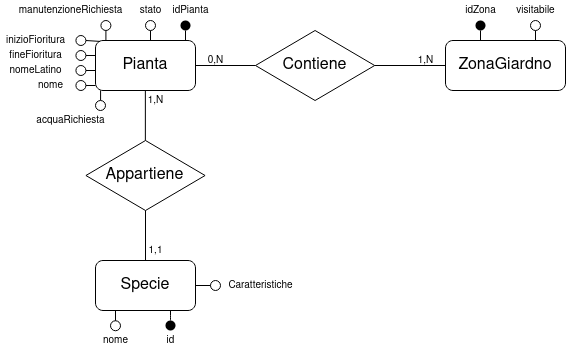
This is documentazione/elaborato_schema_er.png from Daniel203/elaborato-esame-maturit-, a draw.io export, as it was before one commit. Source tidied: cells renumbered, new cells last; positions are measured from the earlier drawing's top-left corner, leaving out a move shared by most shapes.
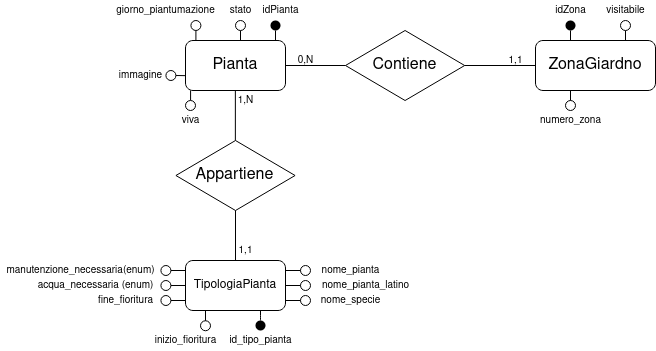
Above is the later version.

Change to the diagram source:
```diff
@@ -13,8 +13,8 @@
     <mxCell id="3" style="ellipse;whiteSpace=wrap;html=1;fillColor=#000000;strokeColor=none;direction=south;" parent="1" vertex="1">
       <mxGeometry x="165" y="320" width="10" height="10" as="geometry" />
     </mxCell>
-    <mxCell id="4" value="&lt;font style=&quot;font-size: 10px&quot;&gt;id&lt;/font&gt;" style="text;html=1;align=center;verticalAlign=middle;direction=south;" parent="1" vertex="1">
-      <mxGeometry x="160" y="330" width="20" height="20" as="geometry" />
+    <mxCell id="4" value="&lt;font style=&quot;font-size: 10px&quot;&gt;id&lt;/font&gt;&lt;font style=&quot;font-size: 10px&quot;&gt;_tipo_pianta&lt;/font&gt;" style="text;html=1;align=center;verticalAlign=middle;direction=south;" parent="1" vertex="1">
+      <mxGeometry x="130" y="330" width="80" height="20" as="geometry" />
     </mxCell>
     <mxCell id="5" value="&lt;font style=&quot;font-size: 16px&quot;&gt;Pianta&lt;/font&gt;" style="rounded=1;whiteSpace=wrap;html=1;" parent="1" vertex="1">
       <mxGeometry x="95" y="40" width="100" height="50" as="geometry" />
@@ -33,7 +33,7 @@
     <mxCell id="9" value="&lt;font style=&quot;font-size: 16px&quot;&gt;Zona&lt;/font&gt;&lt;font style=&quot;font-size: 16px&quot;&gt;Giardno&lt;/font&gt;" style="rounded=1;whiteSpace=wrap;html=1;fillColor=#ffffff;" parent="1" vertex="1">
       <mxGeometry x="445" y="40" width="120" height="50" as="geometry" />
     </mxCell>
-    <mxCell id="10" value="&lt;font style=&quot;font-size: 16px&quot;&gt;Specie&lt;/font&gt;" style="rounded=1;whiteSpace=wrap;html=1;fillColor=#ffffff;" parent="1" vertex="1">
+    <mxCell id="10" value="TipologiaPianta" style="rounded=1;whiteSpace=wrap;html=1;fillColor=#ffffff;" parent="1" vertex="1">
       <mxGeometry x="95" y="260" width="100" height="50" as="geometry" />
     </mxCell>
     <mxCell id="11" value="&lt;font style=&quot;font-size: 16px&quot;&gt;Contiene&lt;/font&gt;" style="rhombus;whiteSpace=wrap;html=1;fillColor=#ffffff;direction=south;" parent="1" vertex="1">
@@ -57,7 +57,7 @@
     <mxCell id="16" value="&lt;font style=&quot;font-size: 10px&quot;&gt;idZona&lt;/font&gt;" style="text;html=1;align=center;verticalAlign=middle;" parent="1" vertex="1">
       <mxGeometry x="455" width="50" height="20" as="geometry" />
     </mxCell>
-    <mxCell id="17" value="&lt;font style=&quot;font-size: 10px&quot;&gt;1,N&lt;/font&gt;" style="text;html=1;align=center;verticalAlign=middle;" parent="1" vertex="1">
+    <mxCell id="17" value="&lt;font style=&quot;font-size: 10px&quot;&gt;1,1&lt;/font&gt;" style="text;html=1;align=center;verticalAlign=middle;" parent="1" vertex="1">
       <mxGeometry x="410" y="50" width="30" height="20" as="geometry" />
     </mxCell>
     <mxCell id="18" value="&lt;font style=&quot;font-size: 10px&quot;&gt;0,N&lt;/font&gt;" style="text;html=1;align=center;verticalAlign=middle;" parent="1" vertex="1">
@@ -78,20 +78,9 @@
     <mxCell id="22" style="ellipse;whiteSpace=wrap;html=1;fillColor=#FFFFFF;strokeColor=#000000;" parent="1" vertex="1">
       <mxGeometry x="110" y="320.2" width="10" height="10" as="geometry" />
     </mxCell>
-    <mxCell id="23" style="endArrow=none;html=1;entryX=0;entryY=0.3;entryDx=0;entryDy=0;exitX=1;exitY=0.5;exitDx=0;exitDy=0;entryPerimeter=0;" parent="1" edge="1" source="24">
-      <mxGeometry relative="1" as="geometry">
-        <mxPoint x="95" y="70" as="targetPoint" />
-      </mxGeometry>
-    </mxCell>
-    <mxCell id="24" style="ellipse;whiteSpace=wrap;html=1;fillColor=#FFFFFF;strokeColor=#000000;" parent="1" vertex="1">
-      <mxGeometry x="75.4" y="65" width="10" height="10" as="geometry" />
-    </mxCell>
-    <mxCell id="25" value="&lt;font style=&quot;font-size: 10px&quot;&gt;nome&lt;/font&gt;" style="text;html=1;align=center;verticalAlign=middle;" parent="1" vertex="1">
-      <mxGeometry x="95" y="330.2" width="40" height="20" as="geometry" />
+    <mxCell id="25" value="&lt;font style=&quot;font-size: 10px&quot;&gt;inizio_fioritura&lt;/font&gt;" style="text;html=1;align=center;verticalAlign=middle;" parent="1" vertex="1">
+      <mxGeometry x="55" y="330" width="80" height="20" as="geometry" />
     </mxCell>
-    <mxCell id="26" value="&lt;font style=&quot;font-size: 10px&quot;&gt;nomeLatino&lt;/font&gt;" style="text;html=1;align=center;verticalAlign=middle;" parent="1" vertex="1">
-      <mxGeometry x="0.4" y="60" width="70" height="20" as="geometry" />
-    </mxCell>
     <mxCell id="27" value="&lt;font style=&quot;font-size: 10px&quot;&gt;1,&lt;font style=&quot;font-size: 10px&quot;&gt;N&lt;/font&gt;&lt;/font&gt;" style="text;html=1;align=center;verticalAlign=middle;" parent="1" vertex="1">
       <mxGeometry x="140" y="90" width="30" height="20" as="geometry" />
     </mxCell>
@@ -110,33 +99,23 @@
     <mxCell id="31" value="&lt;font style=&quot;font-size: 10px&quot;&gt;visitabile&lt;/font&gt;" style="text;html=1;align=center;verticalAlign=middle;" parent="1" vertex="1">
       <mxGeometry x="510" width="50" height="20" as="geometry" />
     </mxCell>
-    <mxCell id="32" style="endArrow=none;html=1;exitX=1;exitY=0.5;exitDx=0;exitDy=0;" parent="1" edge="1" source="10">
+    <mxCell id="32" style="endArrow=none;html=1;exitX=1;exitY=0.5;exitDx=0;exitDy=0;" parent="1" edge="1">
       <mxGeometry relative="1" as="geometry">
-        <mxPoint x="215" y="285" as="targetPoint" />
+        <mxPoint x="195" y="270" as="sourcePoint" />
+        <mxPoint x="215" y="270" as="targetPoint" />
       </mxGeometry>
     </mxCell>
     <mxCell id="33" style="ellipse;whiteSpace=wrap;html=1;fillColor=#FFFFFF;strokeColor=#000000;" parent="1" vertex="1">
-      <mxGeometry x="210" y="280" width="10" height="10" as="geometry" />
+      <mxGeometry x="210" y="265" width="10" height="10" as="geometry" />
     </mxCell>
-    <mxCell id="34" value="&lt;font style=&quot;font-size: 10px&quot;&gt;Caratteristiche&lt;/font&gt;" style="text;html=1;align=center;verticalAlign=middle;" parent="1" vertex="1">
-      <mxGeometry x="220" y="275" width="80" height="20" as="geometry" />
+    <mxCell id="34" value="&lt;font style=&quot;font-size: 10px&quot;&gt;nome_pianta&lt;/font&gt;" style="text;html=1;align=center;verticalAlign=middle;" parent="1" vertex="1">
+      <mxGeometry x="225" y="260" width="70" height="20" as="geometry" />
     </mxCell>
     <mxCell id="35" style="endArrow=none;html=1;exitX=0.5;exitY=0;exitDx=0;exitDy=0;" parent="1" edge="1" source="22">
       <mxGeometry relative="1" as="geometry">
         <mxPoint x="115" y="310" as="targetPoint" />
       </mxGeometry>
     </mxCell>
-    <mxCell id="36" style="endArrow=none;html=1;entryX=0;entryY=0.3;entryDx=0;entryDy=0;exitX=1;exitY=0.5;exitDx=0;exitDy=0;entryPerimeter=0;" parent="1" edge="1" source="37">
-      <mxGeometry relative="1" as="geometry">
-        <mxPoint x="95" y="85" as="targetPoint" />
-      </mxGeometry>
-    </mxCell>
-    <mxCell id="37" style="ellipse;whiteSpace=wrap;html=1;fillColor=#FFFFFF;strokeColor=#000000;" parent="1" vertex="1">
-      <mxGeometry x="75.4" y="80" width="10" height="10" as="geometry" />
-    </mxCell>
-    <mxCell id="38" value="&lt;font style=&quot;font-size: 10px&quot;&gt;nome&lt;/font&gt;" style="text;html=1;align=center;verticalAlign=middle;" parent="1" vertex="1">
-      <mxGeometry x="30.4" y="75" width="40" height="20" as="geometry" />
-    </mxCell>
     <mxCell id="39" style="endArrow=none;html=1;entryX=0.5;entryY=0;entryDx=0;entryDy=0;" parent="1" edge="1">
       <mxGeometry relative="1" as="geometry">
         <mxPoint x="150" y="30" as="sourcePoint" />
@@ -149,38 +128,12 @@
     <mxCell id="41" value="&lt;font style=&quot;font-size: 10px&quot;&gt;stato&lt;/font&gt;" style="text;html=1;align=center;verticalAlign=middle;" parent="1" vertex="1">
       <mxGeometry x="130" width="40" height="20" as="geometry" />
     </mxCell>
-    <mxCell id="42" style="endArrow=none;html=1;entryX=0;entryY=0.3;entryDx=0;entryDy=0;exitX=1;exitY=0.5;exitDx=0;exitDy=0;entryPerimeter=0;" parent="1" edge="1" source="43">
-      <mxGeometry relative="1" as="geometry">
-        <mxPoint x="95" y="55" as="targetPoint" />
-      </mxGeometry>
-    </mxCell>
-    <mxCell id="43" style="ellipse;whiteSpace=wrap;html=1;fillColor=#FFFFFF;strokeColor=#000000;" parent="1" vertex="1">
-      <mxGeometry x="75.4" y="50" width="10" height="10" as="geometry" />
-    </mxCell>
-    <mxCell id="44" value="&lt;font style=&quot;font-size: 10px&quot;&gt;fineFioritura&lt;/font&gt;" style="text;html=1;align=center;verticalAlign=middle;" parent="1" vertex="1">
-      <mxGeometry x="0.4" y="45" width="70" height="20" as="geometry" />
-    </mxCell>
-    <mxCell id="45" style="endArrow=none;html=1;exitX=1;exitY=0.5;exitDx=0;exitDy=0;entryX=0.043;entryY=0.018;entryDx=0;entryDy=0;entryPerimeter=0;" parent="1" edge="1" source="46" target="5">
-      <mxGeometry relative="1" as="geometry" />
-    </mxCell>
-    <mxCell id="46" style="ellipse;whiteSpace=wrap;html=1;fillColor=#FFFFFF;strokeColor=#000000;" parent="1" vertex="1">
-      <mxGeometry x="75.4" y="35" width="10" height="10" as="geometry" />
-    </mxCell>
-    <mxCell id="47" value="&lt;font style=&quot;font-size: 10px&quot;&gt;inizioFioritura&lt;/font&gt;" style="text;html=1;align=center;verticalAlign=middle;" parent="1" vertex="1">
-      <mxGeometry x="0.4" y="30" width="70" height="20" as="geometry" />
-    </mxCell>
     <mxCell id="48" style="endArrow=none;html=1;entryX=0.5;entryY=0;entryDx=0;entryDy=0;" parent="1" edge="1">
       <mxGeometry relative="1" as="geometry">
         <mxPoint x="100.1" y="90" as="sourcePoint" />
         <mxPoint x="100.1" y="100" as="targetPoint" />
       </mxGeometry>
     </mxCell>
-    <mxCell id="49" style="ellipse;whiteSpace=wrap;html=1;fillColor=#FFFFFF;strokeColor=#000000;" parent="1" vertex="1">
-      <mxGeometry x="95" y="100" width="10" height="10" as="geometry" />
-    </mxCell>
-    <mxCell id="50" value="&lt;font style=&quot;font-size: 10px&quot;&gt;acquaRichiesta&lt;/font&gt;" style="text;html=1;align=center;verticalAlign=middle;" parent="1" vertex="1">
-      <mxGeometry x="30.4" y="110" width="80" height="20" as="geometry" />
-    </mxCell>
     <mxCell id="51" style="endArrow=none;html=1;entryX=0.5;entryY=0;entryDx=0;entryDy=0;" parent="1" edge="1">
       <mxGeometry relative="1" as="geometry">
         <mxPoint x="105.4" y="30" as="sourcePoint" />
@@ -190,8 +143,92 @@
     <mxCell id="52" style="ellipse;whiteSpace=wrap;html=1;fillColor=#FFFFFF;strokeColor=#000000;" parent="1" vertex="1">
       <mxGeometry x="100.4" y="20" width="10" height="10" as="geometry" />
     </mxCell>
-    <mxCell id="53" value="&lt;font style=&quot;font-size: 10px&quot;&gt;manutenzioneRichiesta&lt;/font&gt;" style="text;html=1;align=center;verticalAlign=middle;" parent="1" vertex="1">
-      <mxGeometry x="10" width="120" height="20" as="geometry" />
-    </mxCell>
+    <mxCell id="54" style="endArrow=none;html=1;exitX=1;exitY=0.5;exitDx=0;exitDy=0;" parent="1" edge="1">
+      <mxGeometry relative="1" as="geometry">
+        <mxPoint x="195" y="285" as="sourcePoint" />
+        <mxPoint x="215" y="285" as="targetPoint" />
+      </mxGeometry>
+    </mxCell>
+    <mxCell id="55" style="ellipse;whiteSpace=wrap;html=1;fillColor=#FFFFFF;strokeColor=#000000;" parent="1" vertex="1">
+      <mxGeometry x="210" y="280" width="10" height="10" as="geometry" />
+    </mxCell>
+    <mxCell id="56" value="&lt;font style=&quot;font-size: 10px&quot;&gt;nome_pianta&lt;/font&gt;&lt;font style=&quot;font-size: 10px&quot;&gt;_latino&lt;/font&gt;" style="text;html=1;align=center;verticalAlign=middle;" parent="1" vertex="1">
+      <mxGeometry x="225" y="275" width="100" height="20" as="geometry" />
+    </mxCell>
+    <mxCell id="57" style="ellipse;whiteSpace=wrap;html=1;fillColor=#FFFFFF;strokeColor=#000000;" parent="1" vertex="1">
+      <mxGeometry x="70.4" y="295" width="10" height="10" as="geometry" />
+    </mxCell>
+    <mxCell id="58" style="endArrow=none;html=1;exitX=1;exitY=0.5;exitDx=0;exitDy=0;" parent="1" edge="1" source="57">
+      <mxGeometry relative="1" as="geometry">
+        <mxPoint x="95" y="300" as="targetPoint" />
+      </mxGeometry>
+    </mxCell>
+    <mxCell id="59" value="&lt;font style=&quot;font-size: 10px&quot;&gt;fine_fioritura&lt;/font&gt;" style="text;html=1;align=center;verticalAlign=middle;" parent="1" vertex="1">
+      <mxGeometry x="0.4" y="290" width="70" height="20" as="geometry" />
+    </mxCell>
+    <mxCell id="60" style="endArrow=none;html=1;exitX=1;exitY=0.5;exitDx=0;exitDy=0;" parent="1" edge="1">
+      <mxGeometry relative="1" as="geometry">
+        <mxPoint x="195" y="300" as="sourcePoint" />
+        <mxPoint x="215" y="300" as="targetPoint" />
+      </mxGeometry>
+    </mxCell>
+    <mxCell id="61" style="ellipse;whiteSpace=wrap;html=1;fillColor=#FFFFFF;strokeColor=#000000;" parent="1" vertex="1">
+      <mxGeometry x="210" y="295" width="10" height="10" as="geometry" />
+    </mxCell>
+    <mxCell id="62" value="&lt;font style=&quot;font-size: 10px&quot;&gt;nome_specie&lt;/font&gt;" style="text;html=1;align=center;verticalAlign=middle;" parent="1" vertex="1">
+      <mxGeometry x="220" y="290" width="80" height="20" as="geometry" />
+    </mxCell>
+    <mxCell id="63" style="ellipse;whiteSpace=wrap;html=1;fillColor=#FFFFFF;strokeColor=#000000;" parent="1" vertex="1">
+      <mxGeometry x="70.4" y="280" width="10" height="10" as="geometry" />
+    </mxCell>
+    <mxCell id="64" style="endArrow=none;html=1;exitX=1;exitY=0.5;exitDx=0;exitDy=0;" parent="1" edge="1" source="63">
+      <mxGeometry relative="1" as="geometry">
+        <mxPoint x="95" y="285" as="targetPoint" />
+      </mxGeometry>
+    </mxCell>
+    <mxCell id="65" value="&lt;font style=&quot;font-size: 10px&quot;&gt;acqua_necessaria&lt;/font&gt;&lt;font style=&quot;font-size: 10px&quot;&gt; (&lt;/font&gt;&lt;font style=&quot;font-size: 10px&quot;&gt;enum)&lt;/font&gt;" style="text;html=1;align=center;verticalAlign=middle;" parent="1" vertex="1">
+      <mxGeometry x="-59.6" y="275" width="130" height="20" as="geometry" />
+    </mxCell>
+    <mxCell id="66" style="ellipse;whiteSpace=wrap;html=1;fillColor=#FFFFFF;strokeColor=#000000;" parent="1" vertex="1">
+      <mxGeometry x="70.4" y="265" width="10" height="10" as="geometry" />
+    </mxCell>
+    <mxCell id="67" style="endArrow=none;html=1;exitX=1;exitY=0.5;exitDx=0;exitDy=0;" parent="1" edge="1" source="66">
+      <mxGeometry relative="1" as="geometry">
+        <mxPoint x="95" y="270" as="targetPoint" />
+      </mxGeometry>
+    </mxCell>
+    <mxCell id="68" value="&lt;font style=&quot;font-size: 10px&quot;&gt;manutenzione_necessaria(enum)&lt;/font&gt;" style="text;html=1;align=center;verticalAlign=middle;" parent="1" vertex="1">
+      <mxGeometry x="-89.6" y="260" width="160" height="20" as="geometry" />
+    </mxCell>
+    <mxCell id="69" style="ellipse;whiteSpace=wrap;html=1;fillColor=#FFFFFF;strokeColor=#000000;" parent="1" vertex="1">
+      <mxGeometry x="475" y="100" width="10" height="10" as="geometry" />
+    </mxCell>
+    <mxCell id="70" style="endArrow=none;html=1;" parent="1" edge="1">
+      <mxGeometry relative="1" as="geometry">
+        <mxPoint x="480" y="100" as="sourcePoint" />
+        <mxPoint x="480" y="90" as="targetPoint" />
+      </mxGeometry>
+    </mxCell>
+    <mxCell id="71" value="&lt;font style=&quot;font-size: 10px&quot;&gt;numero_zona&lt;/font&gt;" style="text;html=1;align=center;verticalAlign=middle;" parent="1" vertex="1">
+      <mxGeometry x="440" y="110" width="80" height="20" as="geometry" />
+    </mxCell>
+    <mxCell id="72" value="&lt;font style=&quot;font-size: 10px&quot;&gt;giorno_piantumazione&lt;/font&gt;" style="text;html=1;align=center;verticalAlign=middle;" parent="1" vertex="1">
+      <mxGeometry x="20" width="110" height="20" as="geometry" />
+    </mxCell>
+    <mxCell id="49" style="ellipse;whiteSpace=wrap;html=1;fillColor=#FFFFFF;strokeColor=#000000;" parent="1" vertex="1">
+      <mxGeometry x="95" y="100" width="10" height="10" as="geometry" />
+    </mxCell>
+    <mxCell id="73" value="&lt;font style=&quot;font-size: 10px&quot;&gt;viva&lt;/font&gt;" style="text;html=1;align=center;verticalAlign=middle;" parent="1" vertex="1">
+      <mxGeometry x="85.4" y="110" width="30" height="20" as="geometry" />
+    </mxCell>
+    <mxCell id="74" style="ellipse;whiteSpace=wrap;html=1;fillColor=#FFFFFF;strokeColor=#000000;" parent="1" vertex="1">
+      <mxGeometry x="75.4" y="70" width="10" height="10" as="geometry" />
+    </mxCell>
+    <mxCell id="75" style="endArrow=none;html=1;entryX=1;entryY=0.5;entryDx=0;entryDy=0;exitX=-0.001;exitY=0.703;exitDx=0;exitDy=0;exitPerimeter=0;" parent="1" edge="1" source="5" target="74">
+      <mxGeometry relative="1" as="geometry" />
+    </mxCell>
+    <mxCell id="76" value="&lt;font style=&quot;font-size: 10px&quot;&gt;immagine&lt;/font&gt;" style="text;html=1;align=center;verticalAlign=middle;" parent="1" vertex="1">
+      <mxGeometry x="20" y="65" width="60" height="20" as="geometry" />
+    </mxCell>
   </root>
 </mxGraphModel>
```
